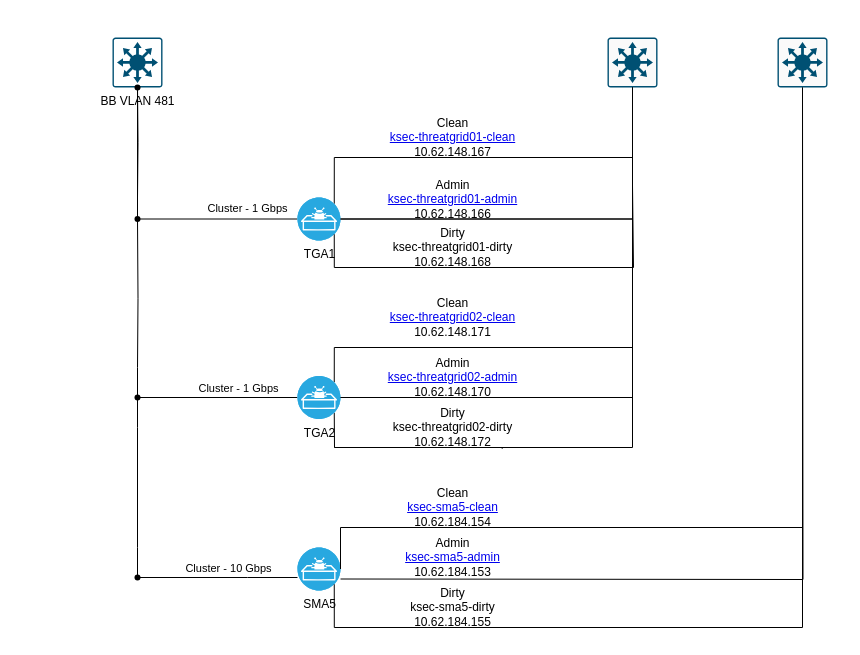
This is SMA Cluster CXLabs.drawio from rolszowy/drawio, a draw.io file, before an edit. Source tidied: cells renumbered, new cells numbered last; positions are measured from the earlier drawing's top-left corner, leaving out a move shared by most shapes. Both pictures are drawn from the tidied source at 100%, with x=0, y=0 at pixel (112, 37).
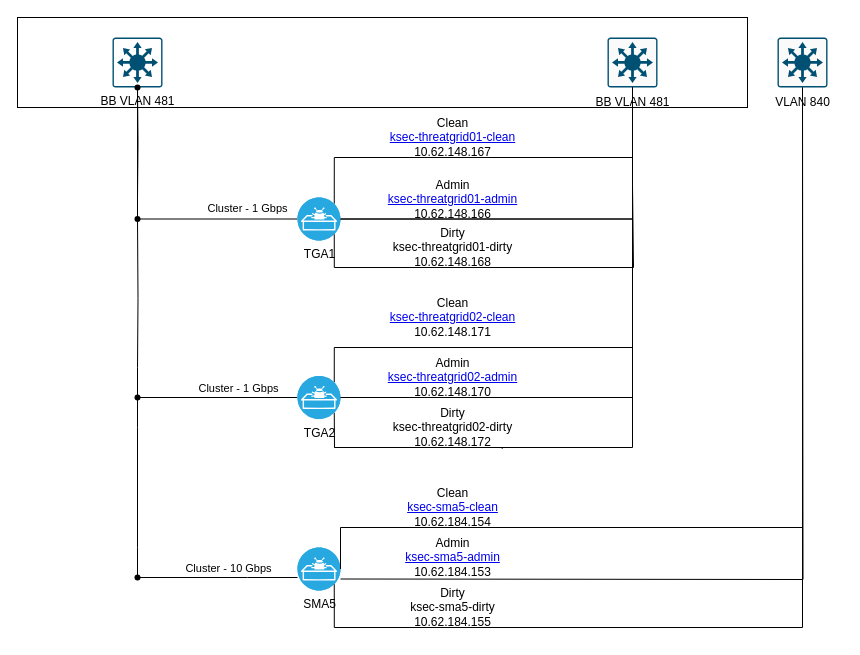
The same page after the edit.

Diff of the diagram source:
```diff
@@
+    <mxCell id="46" style="whiteSpace=wrap;html=1;" parent="1" vertex="1">
+      <mxGeometry x="-95" y="-20" width="730" height="90" as="geometry" />
+    </mxCell>
@@
+    <mxCell id="47" value="BB VLAN 481" style="text;html=1;align=center;verticalAlign=middle;strokeColor=none;fillColor=none;" parent="1" vertex="1">
+      <mxGeometry x="470" y="50" width="100" height="30" as="geometry" />
+    </mxCell>
+    <mxCell id="48" value="VLAN 840" style="text;html=1;align=center;verticalAlign=middle;strokeColor=none;fillColor=none;" parent="1" vertex="1">
+      <mxGeometry x="650" y="50" width="80" height="30" as="geometry" />
+    </mxCell>
```
